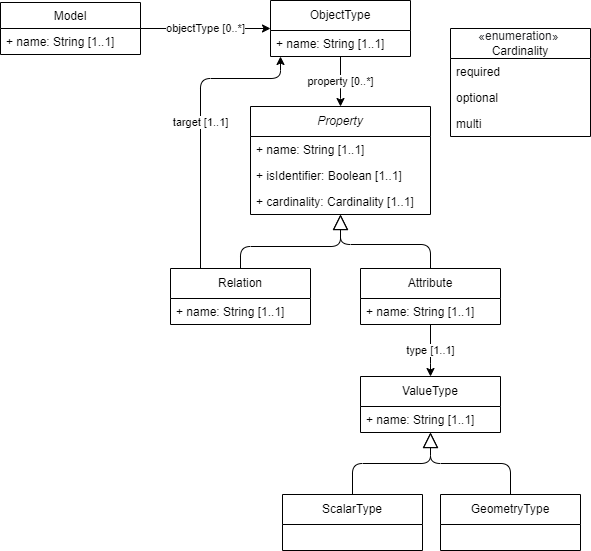
Earlier version of the draw.io export media/model.drawio.png (Geonovum/IMX-ModelMapping). Source tidied: cells renumbered, new cells last; positions are measured from the earlier drawing's top-left corner, leaving out a move shared by most shapes.
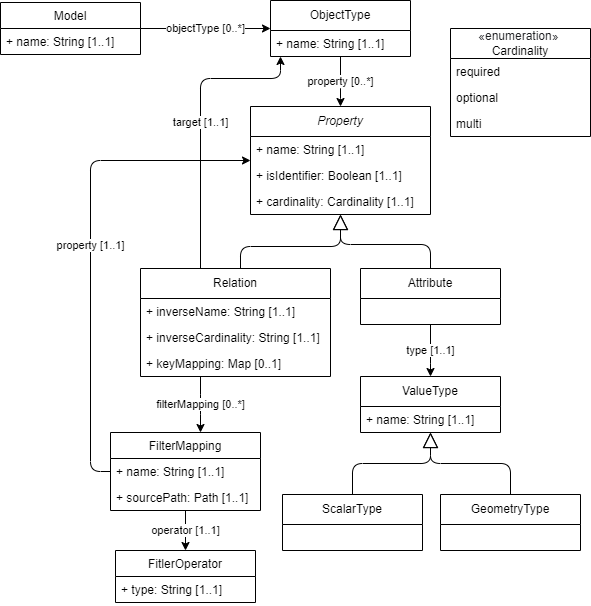
After the commit.

Commit message:
update model mapping description with new constructs

Diff of the diagram source:
```diff
@@ -47,9 +47,6 @@
     <mxCell id="11" value="Attribute" style="swimlane;fontStyle=0;horizontal=1;startSize=30;whiteSpace=wrap;html=1;" parent="1" vertex="1">
       <mxGeometry x="360" y="268" width="140" height="56" as="geometry" />
     </mxCell>
-    <mxCell id="12" value="+ name: String [1..1]" style="text;strokeColor=none;fillColor=none;align=left;verticalAlign=top;spacingLeft=4;spacingRight=4;overflow=hidden;" parent="11" vertex="1">
-      <mxGeometry y="30" width="140" height="26" as="geometry" />
-    </mxCell>
     <mxCell id="13" style="edgeStyle=orthogonalEdgeStyle;html=1;endArrow=block;endFill=0;endSize=13;" parent="1" edge="1" source="15" target="6">
       <mxGeometry relative="1" as="geometry">
         <Array as="points">
@@ -66,12 +63,21 @@
         </Array>
       </mxGeometry>
     </mxCell>
+    <mxCell id="30" value="filterMapping [0..*]" style="edgeStyle=elbowEdgeStyle;html=1;" parent="1" edge="1" source="15" target="33">
+      <mxGeometry relative="1" as="geometry" />
+    </mxCell>
     <mxCell id="15" value="Relation" style="swimlane;fontStyle=0;horizontal=1;startSize=30;whiteSpace=wrap;html=1;" parent="1" vertex="1">
-      <mxGeometry x="170" y="268" width="140" height="56" as="geometry" />
+      <mxGeometry x="140" y="268" width="190" height="108" as="geometry" />
     </mxCell>
-    <mxCell id="16" value="+ name: String [1..1]" style="text;strokeColor=none;fillColor=none;align=left;verticalAlign=top;spacingLeft=4;spacingRight=4;overflow=hidden;" parent="15" vertex="1">
-      <mxGeometry y="30" width="140" height="26" as="geometry" />
+    <mxCell id="16" value="+ inverseName: String [1..1]" style="text;strokeColor=none;fillColor=none;align=left;verticalAlign=top;spacingLeft=4;spacingRight=4;overflow=hidden;" parent="15" vertex="1">
+      <mxGeometry y="30" width="190" height="26" as="geometry" />
     </mxCell>
+    <mxCell id="31" value="+ inverseCardinality: String [1..1]" style="text;strokeColor=none;fillColor=none;align=left;verticalAlign=top;spacingLeft=4;spacingRight=4;overflow=hidden;" parent="15" vertex="1">
+      <mxGeometry y="56" width="190" height="26" as="geometry" />
+    </mxCell>
+    <mxCell id="32" value="+ keyMapping: Map [0..1]" style="text;strokeColor=none;fillColor=none;align=left;verticalAlign=top;spacingLeft=4;spacingRight=4;overflow=hidden;" parent="15" vertex="1">
+      <mxGeometry y="82" width="190" height="26" as="geometry" />
+    </mxCell>
     <mxCell id="17" value="ValueType" style="swimlane;fontStyle=0;horizontal=1;startSize=30;whiteSpace=wrap;html=1;" parent="1" vertex="1">
       <mxGeometry x="360" y="376" width="140" height="56" as="geometry" />
     </mxCell>
@@ -116,5 +122,30 @@
     <mxCell id="29" style="html=1;endArrow=block;endFill=0;endSize=13;edgeStyle=orthogonalEdgeStyle;" parent="1" edge="1" source="28" target="17">
       <mxGeometry relative="1" as="geometry" />
     </mxCell>
+    <mxCell id="33" value="FilterMapping" style="swimlane;fontStyle=0;horizontal=1;startSize=26;fillColor=none;" parent="1" vertex="1">
+      <mxGeometry x="110" y="432" width="150" height="78" as="geometry" />
+    </mxCell>
+    <mxCell id="12" value="+ name: String [1..1]" style="text;strokeColor=none;fillColor=none;align=left;verticalAlign=top;spacingLeft=4;spacingRight=4;overflow=hidden;" parent="33" vertex="1">
+      <mxGeometry y="26" width="150" height="26" as="geometry" />
+    </mxCell>
+    <mxCell id="34" value="+ sourcePath: Path [1..1]" style="text;strokeColor=none;fillColor=none;align=left;verticalAlign=top;spacingLeft=4;spacingRight=4;overflow=hidden;" parent="33" vertex="1">
+      <mxGeometry y="52" width="150" height="26" as="geometry" />
+    </mxCell>
+    <mxCell id="35" value="property [1..1]" style="edgeStyle=elbowEdgeStyle;html=1;" parent="1" edge="1" source="33" target="6">
+      <mxGeometry relative="1" as="geometry">
+        <Array as="points">
+          <mxPoint x="90" y="318" />
+        </Array>
+      </mxGeometry>
+    </mxCell>
+    <mxCell id="36" value="FitlerOperator" style="swimlane;fontStyle=0;horizontal=1;startSize=26;fillColor=none;" parent="1" vertex="1">
+      <mxGeometry x="115" y="550" width="140" height="52" as="geometry" />
+    </mxCell>
+    <mxCell id="37" value="+ type: String [1..1]" style="text;strokeColor=none;fillColor=none;align=left;verticalAlign=top;spacingLeft=4;spacingRight=4;overflow=hidden;" parent="36" vertex="1">
+      <mxGeometry y="26" width="140" height="26" as="geometry" />
+    </mxCell>
+    <mxCell id="38" value="operator [1..1]" style="edgeStyle=none;html=1;" parent="1" edge="1" source="33" target="36">
+      <mxGeometry relative="1" as="geometry" />
+    </mxCell>
   </root>
 </mxGraphModel>
```
